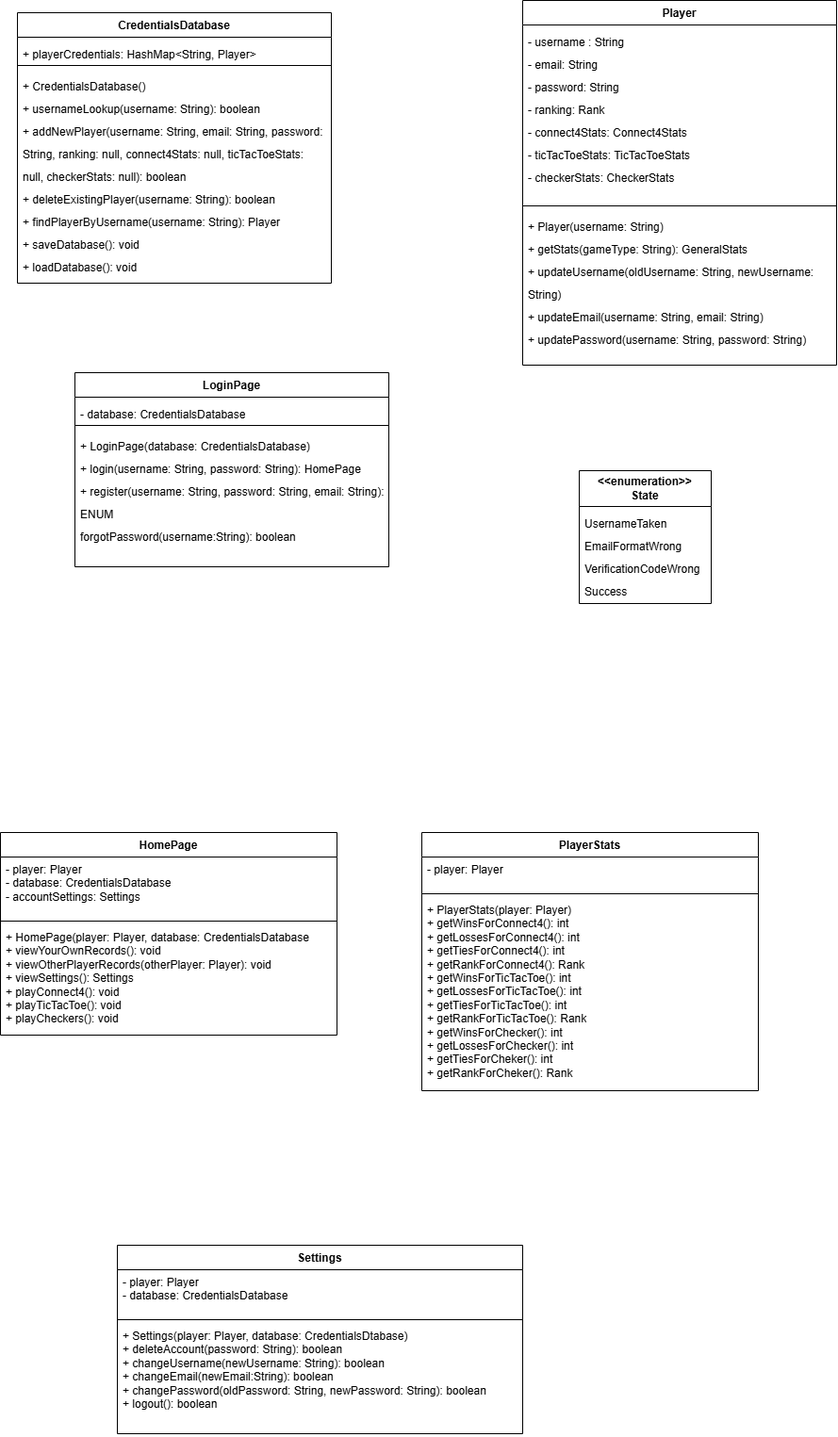
Before: ClassStructureAuthentication.drawio.png, a diagram exported from draw.io (farshadislam/Socketed-Multigame-GUI). Source tidied: cells renumbered, new cells last; positions are measured from the earlier drawing's top-left corner, leaving out a move shared by most shapes.
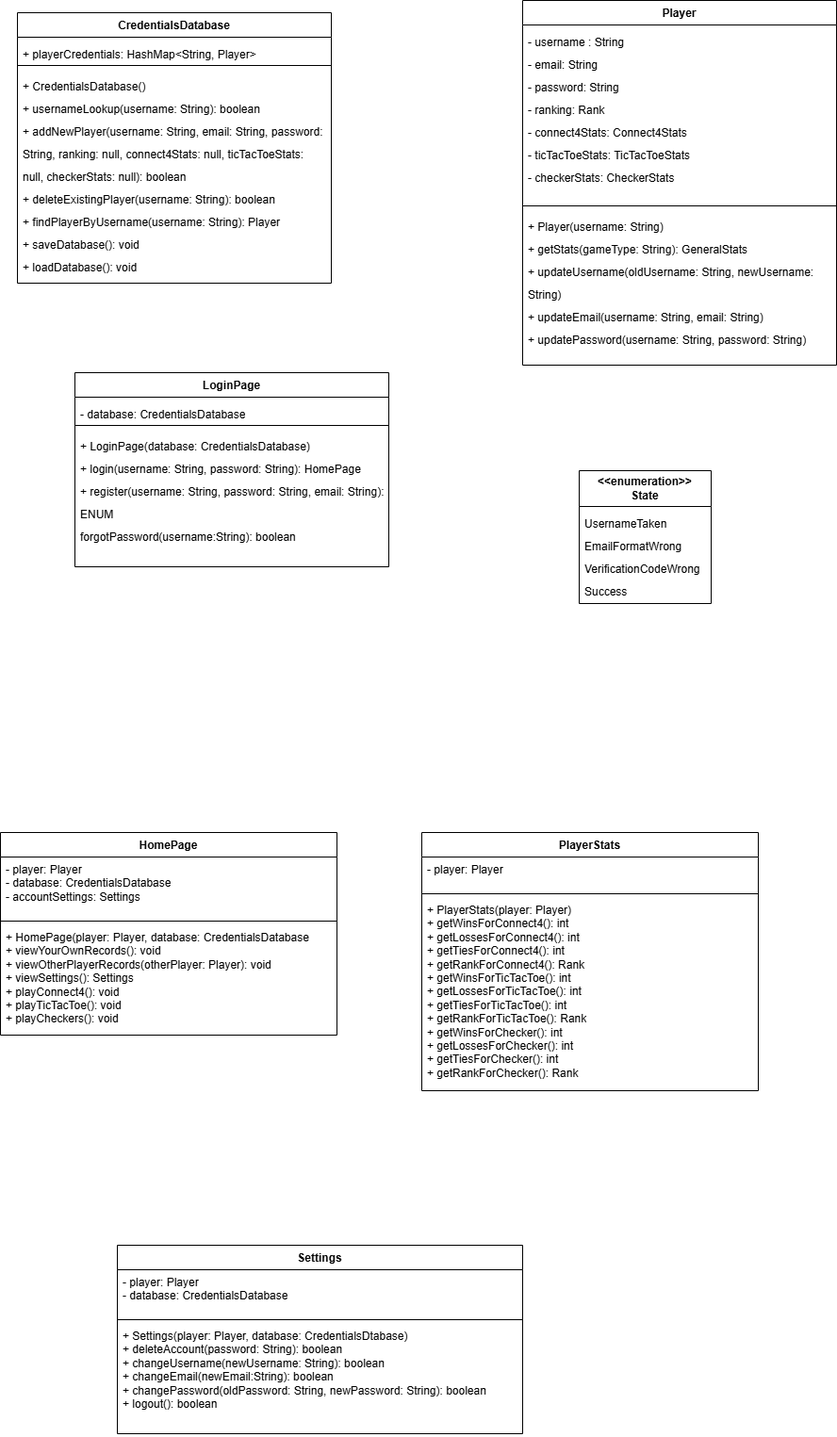
Above is the later version.

The edit, as a diff of the source:
```diff
@@ -65,7 +65,7 @@
     <mxCell id="22" style="line;strokeWidth=1;fillColor=none;align=left;verticalAlign=middle;spacingTop=-1;spacingLeft=3;spacingRight=3;labelPosition=right;strokeColor=inherit;" parent="20" vertex="1">
       <mxGeometry y="61" width="357" height="8" as="geometry" />
     </mxCell>
-    <mxCell id="23" value="+ PlayerStats(player: Player)&lt;div&gt;+ getWinsForConnect4(): int&lt;/div&gt;&lt;div&gt;+ getLossesForConnect4(): int&lt;/div&gt;&lt;div&gt;+ getTiesForConnect4(): int&lt;/div&gt;&lt;div&gt;+ getRankForConnect4(): Rank&lt;/div&gt;&lt;div&gt;+ getWinsForTicTacToe(): int&lt;/div&gt;&lt;div&gt;+ getLossesForTicTacToe(): int&lt;/div&gt;&lt;div&gt;+ getTiesForTicTacToe(): int&lt;/div&gt;&lt;div&gt;+ getRankForTicTacToe(): Rank&lt;/div&gt;&lt;div&gt;+ getWinsForChecker(): int&lt;/div&gt;&lt;div&gt;+ getLossesForChecker(): int&lt;/div&gt;&lt;div&gt;+ getTiesForCheker(): int&lt;/div&gt;&lt;div&gt;+ getRankForCheker(): Rank&lt;/div&gt;" style="text;strokeColor=none;fillColor=none;align=left;verticalAlign=top;spacingLeft=4;spacingRight=4;overflow=hidden;whiteSpace=wrap;html=1;" parent="20" vertex="1">
+    <mxCell id="23" value="+ PlayerStats(player: Player)&lt;div&gt;+ getWinsForConnect4(): int&lt;/div&gt;&lt;div&gt;+ getLossesForConnect4(): int&lt;/div&gt;&lt;div&gt;+ getTiesForConnect4(): int&lt;/div&gt;&lt;div&gt;+ getRankForConnect4(): Rank&lt;/div&gt;&lt;div&gt;+ getWinsForTicTacToe(): int&lt;/div&gt;&lt;div&gt;+ getLossesForTicTacToe(): int&lt;/div&gt;&lt;div&gt;+ getTiesForTicTacToe(): int&lt;/div&gt;&lt;div&gt;+ getRankForTicTacToe(): Rank&lt;/div&gt;&lt;div&gt;+ getWinsForChecker(): int&lt;/div&gt;&lt;div&gt;+ getLossesForChecker(): int&lt;/div&gt;&lt;div&gt;+ getTiesForChecker(): int&lt;/div&gt;&lt;div&gt;+ getRankForChecker(): Rank&lt;/div&gt;" style="text;strokeColor=none;fillColor=none;align=left;verticalAlign=top;spacingLeft=4;spacingRight=4;overflow=hidden;whiteSpace=wrap;html=1;" parent="20" vertex="1">
       <mxGeometry y="69" width="357" height="205" as="geometry" />
     </mxCell>
     <mxCell id="24" value="Settings" style="swimlane;fontStyle=1;align=center;verticalAlign=top;horizontal=1;startSize=26;whiteSpace=wrap;html=1;" parent="1" vertex="1">
```
